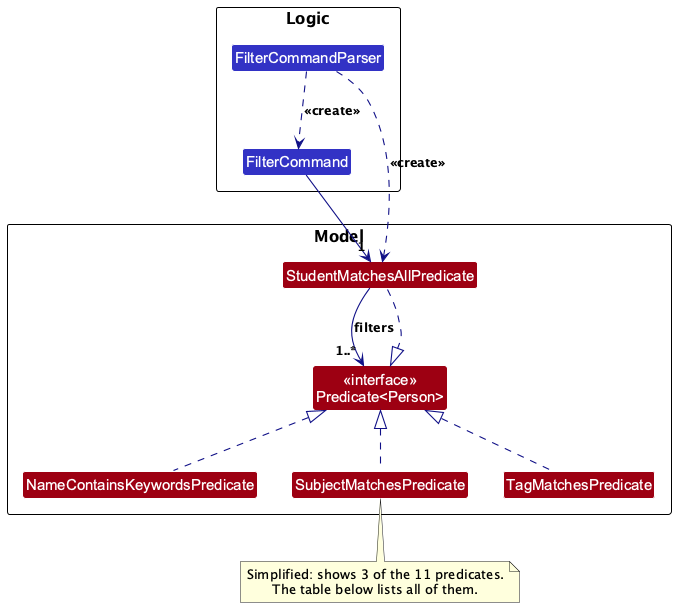
Before: docs/images/FilterClassDiagram.png, a diagram exported from PlantUML (AY2627S1-CS2103T-T09-1/tp).
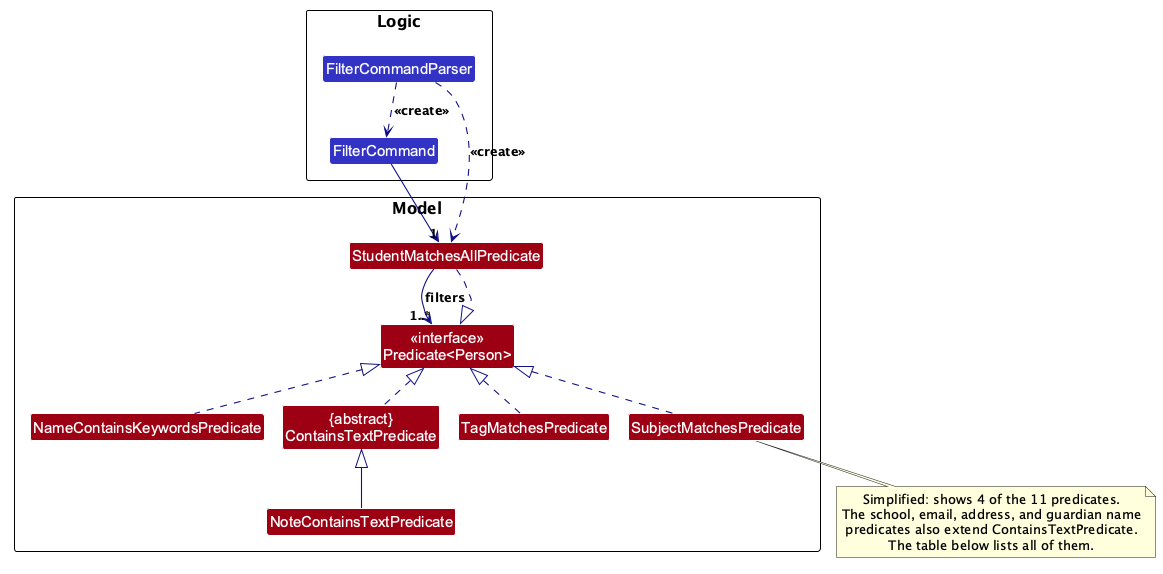
After the commit.

Commit message:
Show ContainsTextPredicate in the filter docs

Add the base class to the filter class diagram and explain in the
DG what it holds and why equals compares classes.

The edit, as a diff of the source:
```diff
@@ -1,4 +1,5 @@
 @startuml
+!pragma layout smetana
 !include style.puml
 skinparam arrowThickness 1.1
 skinparam arrowColor LOGIC_COLOR_T4
@@ -16,10 +17,14 @@
 Class NameContainsKeywordsPredicate MODEL_COLOR
 Class SubjectMatchesPredicate MODEL_COLOR
 Class TagMatchesPredicate MODEL_COLOR
+Class "{abstract}\nContainsTextPredicate" as ContainsTextPredicate MODEL_COLOR
+Class NoteContainsTextPredicate MODEL_COLOR
 }
 
 note bottom of SubjectMatchesPredicate
-  Simplified: shows 3 of the 11 predicates.
+  Simplified: shows 4 of the 11 predicates.
+  The school, email, address, and guardian name
+  predicates also extend ContainsTextPredicate.
   The table below lists all of them.
 end note
 
@@ -33,4 +38,6 @@
 NameContainsKeywordsPredicate .up.|> Predicate
 SubjectMatchesPredicate .up.|> Predicate
 TagMatchesPredicate .up.|> Predicate
+ContainsTextPredicate .up.|> Predicate
+NoteContainsTextPredicate -up-|> ContainsTextPredicate
 @enduml
```
